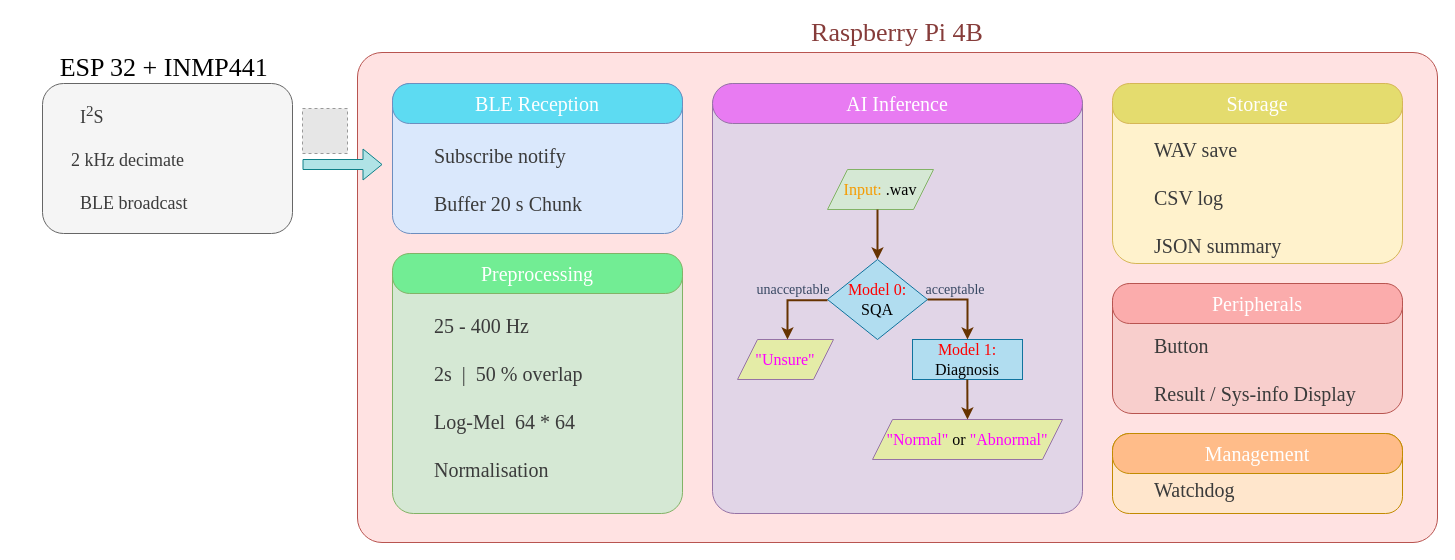
The draw.io diagram photo-from-PC/系统架构图.drawio in RaeXuu/FYP_THESIS, before the edit. Source tidied: cells renumbered, new cells numbered last; positions are measured from the earlier drawing's top-left corner, leaving out a move shared by most shapes. Both pictures are drawn from the tidied source at 100%, with x=0, y=0 at pixel (17, 17). Pictures stored in the file or linked from it are replaced by grey dashed boxes.
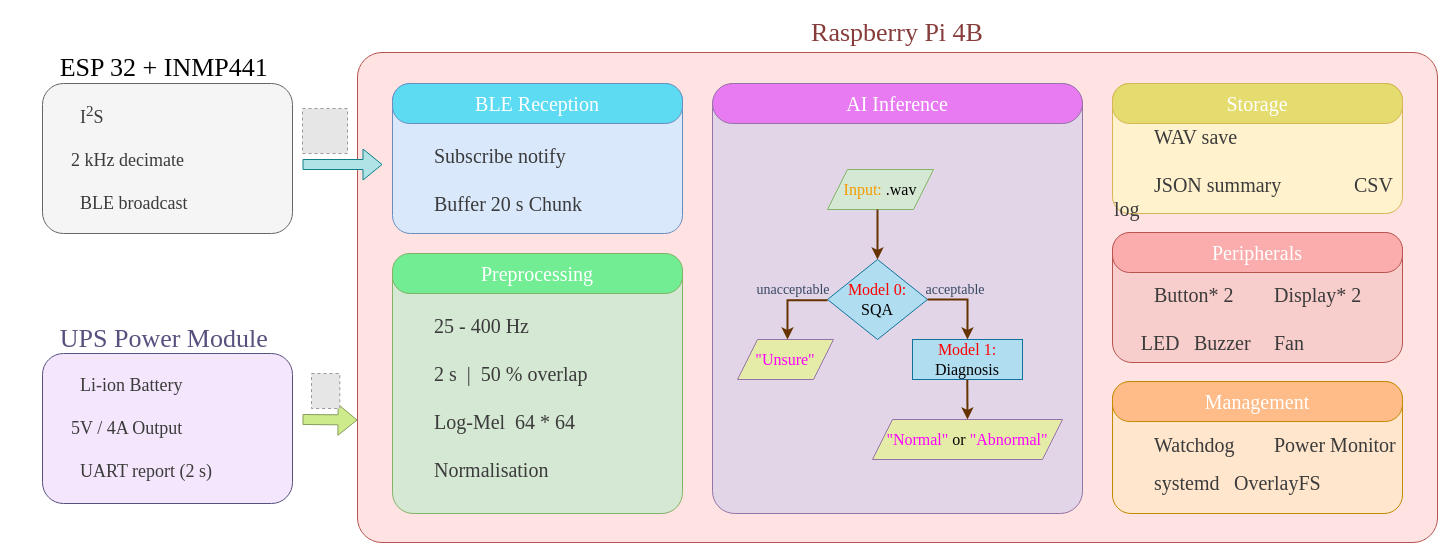
Above is the later version.

The change refers to these unchanged cells:
```xml
<mxCell id="2" style="rounded=1;whiteSpace=wrap;html=1;arcSize=5;fillColor=light-dark(#FFE2E2,#512D2B);strokeColor=#b85450;" parent="1" vertex="1">
  <mxGeometry x="340" y="35" width="1080" height="490" as="geometry" />
</mxCell>
```

What changed in the source:
```diff
@@
-    <mxCell id="14" value="&lt;div&gt;&lt;span style=&quot;background-color: transparent; font-size: 20px; font-family: Garamond;&quot;&gt;&lt;font style=&quot;color: rgb(59, 59, 59);&quot;&gt;&lt;br&gt;&lt;/font&gt;&lt;/span&gt;&lt;/div&gt;&lt;div&gt;&lt;span style=&quot;background-color: transparent; font-size: 20px; font-family: Garamond;&quot;&gt;&lt;font style=&quot;color: rgb(59, 59, 59);&quot;&gt;&lt;br&gt;&lt;/font&gt;&lt;/span&gt;&lt;/div&gt;&lt;div&gt;&lt;span style=&quot;background-color: transparent; font-size: 20px; font-family: Garamond;&quot;&gt;&lt;font style=&quot;color: rgb(59, 59, 59);&quot;&gt;&lt;span style=&quot;white-space: pre;&quot;&gt;&#9;&lt;/span&gt;WAV save&lt;/font&gt;&lt;/span&gt;&lt;/div&gt;&lt;font style=&quot;font-size: 20px; color: rgb(59, 59, 59);&quot; face=&quot;Garamond&quot;&gt;&lt;div&gt;&lt;span style=&quot;background-color: transparent;&quot;&gt;&lt;br&gt;&lt;/span&gt;&lt;/div&gt;&lt;/font&gt;&lt;div&gt;&lt;div&gt;&lt;font style=&quot;font-size: 20px; color: rgb(59, 59, 59);&quot; face=&quot;Garamond&quot;&gt;&lt;span style=&quot;white-space: pre;&quot;&gt;&#9;&lt;/span&gt;CSV log&lt;/font&gt;&lt;/div&gt;&lt;div&gt;&lt;font style=&quot;font-size: 20px; color: rgb(59, 59, 59);&quot; face=&quot;Garamond&quot;&gt;&lt;br&gt;&lt;/font&gt;&lt;/div&gt;&lt;div&gt;&lt;font style=&quot;font-size: 20px; color: rgb(59, 59, 59);&quot; face=&quot;Garamond&quot;&gt;&lt;span style=&quot;white-space: pre;&quot;&gt;&#9;&lt;/span&gt;JSON summary&lt;/font&gt;&lt;/div&gt;&lt;/div&gt;" style="rounded=1;whiteSpace=wrap;html=1;arcSize=13;fillColor=#fff2cc;strokeColor=#d6b656;align=left;" parent="1" vertex="1">
-      <mxGeometry x="1095" y="66" width="290" height="180" as="geometry" />
+    <mxCell id="14" value="&lt;div&gt;&lt;span style=&quot;background-color: transparent; font-size: 20px; font-family: Garamond;&quot;&gt;&lt;font style=&quot;color: rgb(59, 59, 59);&quot;&gt;&lt;br&gt;&lt;/font&gt;&lt;/span&gt;&lt;/div&gt;&lt;div&gt;&lt;span style=&quot;background-color: transparent; font-size: 20px; font-family: Garamond;&quot;&gt;&lt;font style=&quot;color: rgb(59, 59, 59);&quot;&gt;&lt;br&gt;&lt;/font&gt;&lt;/span&gt;&lt;/div&gt;&lt;div&gt;&lt;span style=&quot;background-color: transparent; font-size: 20px; font-family: Garamond;&quot;&gt;&lt;font style=&quot;color: rgb(59, 59, 59);&quot;&gt;&lt;span style=&quot;white-space: pre;&quot;&gt;&#9;&lt;/span&gt;WAV save&lt;/font&gt;&lt;/span&gt;&lt;/div&gt;&lt;div&gt;&lt;div&gt;&lt;font style=&quot;font-size: 20px; color: rgb(59, 59, 59);&quot; face=&quot;Garamond&quot;&gt;&lt;br&gt;&lt;/font&gt;&lt;/div&gt;&lt;div&gt;&lt;font style=&quot;font-size: 20px; color: rgb(59, 59, 59);&quot; face=&quot;Garamond&quot;&gt;&lt;span style=&quot;white-space: pre;&quot;&gt;&#9;&lt;/span&gt;JSON summary&lt;span style=&quot;white-space: pre;&quot;&gt;&#9;&lt;/span&gt;&lt;span style=&quot;white-space: pre;&quot;&gt;&#9;&lt;/span&gt;&lt;/font&gt;&lt;span style=&quot;color: rgb(59, 59, 59); font-family: Garamond; font-size: 20px; background-color: transparent;&quot;&gt;CSV log&lt;/span&gt;&lt;/div&gt;&lt;div&gt;&lt;/div&gt;&lt;/div&gt;" style="rounded=1;whiteSpace=wrap;html=1;arcSize=13;fillColor=#fff2cc;strokeColor=#d6b656;align=left;" parent="1" vertex="1">
+      <mxGeometry x="1095" y="66" width="290" height="130" as="geometry" />
     </mxCell>
@@
-    <mxCell id="16" value="&lt;div&gt;&lt;font style=&quot;color: rgb(59, 59, 59);&quot;&gt;&lt;br&gt;&lt;/font&gt;&lt;/div&gt;&lt;div&gt;&lt;font style=&quot;color: rgb(59, 59, 59);&quot;&gt;&lt;br&gt;&lt;/font&gt;&lt;/div&gt;&lt;div&gt;&lt;font style=&quot;color: rgb(59, 59, 59);&quot;&gt;&lt;br&gt;&lt;/font&gt;&lt;/div&gt;&lt;font style=&quot;font-size: 20px; color: rgb(59, 59, 59);&quot; face=&quot;Garamond&quot;&gt;&lt;span style=&quot;white-space: pre;&quot;&gt;&#9;&lt;/span&gt;Button&lt;/font&gt;&lt;div&gt;&lt;font style=&quot;font-size: 20px; color: rgb(59, 59, 59);&quot; face=&quot;Garamond&quot;&gt;&lt;br&gt;&lt;/font&gt;&lt;/div&gt;&lt;div&gt;&lt;font style=&quot;color: rgb(59, 59, 59);&quot;&gt;&lt;font style=&quot;font-size: 20px;&quot; face=&quot;Garamond&quot;&gt;&lt;span style=&quot;white-space: pre;&quot;&gt;&#9;&lt;/span&gt;Result /&amp;nbsp;&lt;/font&gt;&lt;span style=&quot;font-size: 20px; font-family: Garamond; background-color: transparent;&quot;&gt;Sys-info Display&amp;nbsp;&lt;/span&gt;&lt;/font&gt;&lt;/div&gt;" style="rounded=1;whiteSpace=wrap;html=1;arcSize=15;fillColor=#f8cecc;strokeColor=#b85450;align=left;" parent="1" vertex="1">
-      <mxGeometry x="1095" y="266" width="290" height="130" as="geometry" />
+    <mxCell id="16" value="&lt;div&gt;&lt;font style=&quot;color: rgb(59, 59, 59);&quot;&gt;&lt;br&gt;&lt;/font&gt;&lt;/div&gt;&lt;div&gt;&lt;font style=&quot;color: rgb(59, 59, 59);&quot;&gt;&lt;br&gt;&lt;/font&gt;&lt;/div&gt;&lt;div&gt;&lt;font style=&quot;color: rgb(59, 59, 59);&quot;&gt;&lt;br&gt;&lt;/font&gt;&lt;/div&gt;&lt;font style=&quot;font-size: 20px; color: rgb(59, 59, 59);&quot; face=&quot;Garamond&quot;&gt;&lt;span style=&quot;white-space: pre;&quot;&gt;&#9;&lt;/span&gt;Button* 2&lt;span style=&quot;white-space: pre;&quot;&gt;&#9;&lt;/span&gt;&lt;/font&gt;&lt;span style=&quot;background-color: transparent; color: light-dark(rgb(59, 59, 59), rgb(186, 186, 186)); font-family: Garamond; font-size: 20px;&quot;&gt;Display* 2&amp;nbsp;&amp;nbsp;&lt;/span&gt;&lt;div&gt;&lt;span style=&quot;background-color: transparent; color: light-dark(rgb(59, 59, 59), rgb(186, 186, 186)); font-family: Garamond; font-size: 20px;&quot;&gt;&lt;span style=&quot;white-space: pre;&quot;&gt;&#9;&lt;/span&gt;&lt;/span&gt;&lt;/div&gt;&lt;div&gt;&lt;span style=&quot;white-space: pre;&quot;&gt;&#9;&lt;/span&gt;&lt;font face=&quot;Garamond&quot; style=&quot;font-size: 20px; color: rgb(59, 59, 59);&quot;&gt;LED&lt;span style=&quot;white-space: pre;&quot;&gt;&#9;&lt;/span&gt;Buzzer&lt;span style=&quot;white-space: pre;&quot;&gt;&#9;&lt;/span&gt;Fan&lt;/font&gt;&lt;/div&gt;" style="rounded=1;whiteSpace=wrap;html=1;arcSize=15;fillColor=#f8cecc;strokeColor=#b85450;align=left;" parent="1" vertex="1">
+      <mxGeometry x="1095" y="215" width="290" height="130" as="geometry" />
     </mxCell>
     <mxCell id="17" value="&lt;font color=&quot;#ffffff&quot; face=&quot;Garamond&quot;&gt;&lt;span style=&quot;font-size: 20px;&quot;&gt;Peripherals&lt;/span&gt;&lt;/font&gt;" style="rounded=1;whiteSpace=wrap;html=1;arcSize=43;fillColor=light-dark(#FBACAC,#392F3F);strokeColor=#B85450;" parent="1" vertex="1">
-      <mxGeometry x="1095" y="266" width="290" height="40" as="geometry" />
+      <mxGeometry x="1095" y="215" width="290" height="40" as="geometry" />
     </mxCell>
-    <mxCell id="18" value="&lt;div&gt;&lt;span style=&quot;background-color: transparent; font-family: Garamond;&quot;&gt;&lt;font style=&quot;font-size: 15px; color: rgb(59, 59, 59);&quot;&gt;&lt;br&gt;&lt;/font&gt;&lt;/span&gt;&lt;/div&gt;&lt;div&gt;&lt;font style=&quot;color: rgb(59, 59, 59);&quot;&gt;&lt;br&gt;&lt;/font&gt;&lt;/div&gt;&lt;div&gt;&lt;span style=&quot;background-color: transparent; font-family: Garamond; font-size: 20px;&quot;&gt;&lt;font style=&quot;color: rgb(59, 59, 59);&quot;&gt;&lt;span style=&quot;white-space: pre;&quot;&gt;&#9;&lt;/span&gt;Watchdog&lt;/font&gt;&lt;/span&gt;&lt;/div&gt;" style="rounded=1;whiteSpace=wrap;html=1;arcSize=21;fillColor=#ffe6cc;strokeColor=#C28B00;align=left;" parent="1" vertex="1">
-      <mxGeometry x="1095" y="416" width="290" height="80" as="geometry" />
+    <mxCell id="18" value="&lt;div&gt;&lt;span style=&quot;background-color: transparent; font-family: Garamond;&quot;&gt;&lt;font style=&quot;font-size: 15px; color: rgb(59, 59, 59);&quot;&gt;&lt;br&gt;&lt;/font&gt;&lt;/span&gt;&lt;/div&gt;&lt;div&gt;&lt;font style=&quot;color: rgb(59, 59, 59);&quot;&gt;&lt;br&gt;&lt;/font&gt;&lt;/div&gt;&lt;div&gt;&lt;span style=&quot;background-color: transparent; font-family: Garamond; font-size: 20px;&quot;&gt;&lt;font style=&quot;color: rgb(59, 59, 59);&quot;&gt;&lt;span style=&quot;white-space: pre;&quot;&gt;&#9;&lt;/span&gt;Watchdog&lt;span style=&quot;white-space: pre;&quot;&gt;&#9;&lt;/span&gt;Power Monitor&lt;/font&gt;&lt;/span&gt;&lt;/div&gt;&lt;div&gt;&lt;br&gt;&lt;/div&gt;&lt;div&gt;&lt;span style=&quot;background-color: transparent; font-family: Garamond; font-size: 20px;&quot;&gt;&lt;font&gt;&lt;span style=&quot;color: light-dark(rgb(59, 59, 59), rgb(186, 186, 186)); white-space: pre;&quot;&gt;&#9;&lt;/span&gt;&lt;font style=&quot;color: rgb(59, 59, 59);&quot;&gt;systemd&lt;span style=&quot;white-space: pre;&quot;&gt;&#9;&lt;/span&gt;OverlayFS&lt;/font&gt;&lt;br&gt;&lt;/font&gt;&lt;/span&gt;&lt;/div&gt;" style="rounded=1;whiteSpace=wrap;html=1;arcSize=14;fillColor=#ffe6cc;strokeColor=#C28B00;align=left;" parent="1" vertex="1">
+      <mxGeometry x="1095" y="364" width="290" height="132" as="geometry" />
     </mxCell>
     <mxCell id="19" value="&lt;font color=&quot;#ffffff&quot; face=&quot;Garamond&quot;&gt;&lt;span style=&quot;font-size: 20px;&quot;&gt;Management&lt;/span&gt;&lt;/font&gt;" style="rounded=1;whiteSpace=wrap;html=1;arcSize=43;fillColor=#FFBC89;strokeColor=#C28B00;" parent="1" vertex="1">
-      <mxGeometry x="1095" y="416" width="290" height="40" as="geometry" />
+      <mxGeometry x="1095" y="364" width="290" height="40" as="geometry" />
     </mxCell>
-    <mxCell id="20" value="&lt;div&gt;&lt;font style=&quot;color: rgb(59, 59, 59);&quot;&gt;&lt;br&gt;&lt;/font&gt;&lt;/div&gt;&lt;div&gt;&lt;font style=&quot;color: rgb(59, 59, 59);&quot;&gt;&lt;br&gt;&lt;/font&gt;&lt;/div&gt;&lt;div&gt;&lt;span style=&quot;background-color: transparent; font-family: Garamond;&quot;&gt;&lt;font style=&quot;font-size: 20px; color: rgb(59, 59, 59);&quot;&gt;&lt;span style=&quot;white-space: pre;&quot;&gt;&#9;&lt;/span&gt;25 - 400 Hz&lt;/font&gt;&lt;/span&gt;&lt;/div&gt;&lt;div&gt;&lt;/div&gt;&lt;div&gt;&lt;font style=&quot;font-size: 20px; color: rgb(59, 59, 59);&quot;&gt;&lt;br&gt;&lt;/font&gt;&lt;/div&gt;&lt;div&gt;&lt;font style=&quot;font-size: 20px; color: rgb(59, 59, 59);&quot;&gt;&lt;font style=&quot;&quot; face=&quot;Garamond&quot;&gt;&lt;span style=&quot;white-space: pre;&quot;&gt;&#9;&lt;/span&gt;2s&amp;nbsp; |&amp;nbsp;&amp;nbsp;&lt;/font&gt;&lt;span style=&quot;font-family: Garamond; background-color: transparent;&quot;&gt;50 % overlap&lt;/span&gt;&lt;/font&gt;&lt;/div&gt;&lt;div&gt;&lt;span style=&quot;font-family: Garamond; background-color: transparent;&quot;&gt;&lt;font style=&quot;font-size: 20px; color: rgb(59, 59, 59);&quot;&gt;&lt;br&gt;&lt;/font&gt;&lt;/span&gt;&lt;/div&gt;&lt;div&gt;&lt;font style=&quot;font-size: 20px; color: rgb(59, 59, 59);&quot; face=&quot;Garamond&quot;&gt;&lt;span style=&quot;white-space: pre;&quot;&gt;&#9;&lt;/span&gt;Log-Mel&amp;nbsp; 64 * 64&lt;/font&gt;&lt;/div&gt;&lt;div&gt;&lt;font style=&quot;font-size: 20px; color: rgb(59, 59, 59);&quot; face=&quot;Garamond&quot;&gt;&lt;br&gt;&lt;/font&gt;&lt;/div&gt;&lt;div&gt;&lt;font style=&quot;font-size: 20px; color: rgb(59, 59, 59);&quot; face=&quot;Garamond&quot;&gt;&lt;span style=&quot;white-space: pre;&quot;&gt;&#9;&lt;/span&gt;Normalisation&lt;/font&gt;&lt;/div&gt;" style="rounded=1;whiteSpace=wrap;html=1;arcSize=8;fillColor=#d5e8d4;strokeColor=#82b366;align=left;" parent="1" vertex="1">
+    <mxCell id="20" value="&lt;div&gt;&lt;font style=&quot;color: rgb(59, 59, 59);&quot;&gt;&lt;br&gt;&lt;/font&gt;&lt;/div&gt;&lt;div&gt;&lt;font style=&quot;color: rgb(59, 59, 59);&quot;&gt;&lt;br&gt;&lt;/font&gt;&lt;/div&gt;&lt;div&gt;&lt;span style=&quot;background-color: transparent; font-family: Garamond;&quot;&gt;&lt;font style=&quot;font-size: 20px; color: rgb(59, 59, 59);&quot;&gt;&lt;span style=&quot;white-space: pre;&quot;&gt;&#9;&lt;/span&gt;25 - 400 Hz&lt;/font&gt;&lt;/span&gt;&lt;/div&gt;&lt;div&gt;&lt;/div&gt;&lt;div&gt;&lt;font style=&quot;font-size: 20px; color: rgb(59, 59, 59);&quot;&gt;&lt;br&gt;&lt;/font&gt;&lt;/div&gt;&lt;div&gt;&lt;font style=&quot;font-size: 20px; color: rgb(59, 59, 59);&quot;&gt;&lt;font style=&quot;&quot; face=&quot;Garamond&quot;&gt;&lt;span style=&quot;white-space: pre;&quot;&gt;&#9;&lt;/span&gt;2 s&amp;nbsp; |&amp;nbsp;&amp;nbsp;&lt;/font&gt;&lt;span style=&quot;font-family: Garamond; background-color: transparent;&quot;&gt;50 % overlap&lt;/span&gt;&lt;/font&gt;&lt;/div&gt;&lt;div&gt;&lt;span style=&quot;font-family: Garamond; background-color: transparent;&quot;&gt;&lt;font style=&quot;font-size: 20px; color: rgb(59, 59, 59);&quot;&gt;&lt;br&gt;&lt;/font&gt;&lt;/span&gt;&lt;/div&gt;&lt;div&gt;&lt;font style=&quot;font-size: 20px; color: rgb(59, 59, 59);&quot; face=&quot;Garamond&quot;&gt;&lt;span style=&quot;white-space: pre;&quot;&gt;&#9;&lt;/span&gt;Log-Mel&amp;nbsp; 64 * 64&lt;/font&gt;&lt;/div&gt;&lt;div&gt;&lt;font style=&quot;font-size: 20px; color: rgb(59, 59, 59);&quot; face=&quot;Garamond&quot;&gt;&lt;br&gt;&lt;/font&gt;&lt;/div&gt;&lt;div&gt;&lt;font style=&quot;font-size: 20px; color: rgb(59, 59, 59);&quot; face=&quot;Garamond&quot;&gt;&lt;span style=&quot;white-space: pre;&quot;&gt;&#9;&lt;/span&gt;Normalisation&lt;/font&gt;&lt;/div&gt;" style="rounded=1;whiteSpace=wrap;html=1;arcSize=8;fillColor=#d5e8d4;strokeColor=#82b366;align=left;" parent="1" vertex="1">
       <mxGeometry x="375" y="236" width="290" height="260" as="geometry" />
     </mxCell>
@@
+    <mxCell id="32" style="edgeStyle=orthogonalEdgeStyle;rounded=0;orthogonalLoop=1;jettySize=auto;html=1;exitX=0.5;exitY=1;exitDx=0;exitDy=0;" parent="1" edge="1" source="14" target="14">
+      <mxGeometry relative="1" as="geometry" />
+    </mxCell>
+    <mxCell id="33" style="shape=flexArrow;endArrow=classic;html=1;rounded=0;fillColor=#cdeb8b;strokeColor=#879C5B;entryX=0;entryY=0.75;entryDx=0;entryDy=0;" parent="1" edge="1" target="2">
+      <mxGeometry relative="1" as="geometry">
+        <mxPoint x="285" y="402" as="sourcePoint" />
+      </mxGeometry>
+    </mxCell>
+    <mxCell id="34" value="&lt;font style=&quot;color: rgb(59, 59, 59); font-size: 18px;&quot;&gt;&lt;span style=&quot;background-color: transparent; font-family: Garamond;&quot;&gt;&lt;span style=&quot;white-space: pre;&quot;&gt;&#9;&lt;/span&gt;Li-ion Battery&lt;/span&gt;&lt;/font&gt;&lt;div&gt;&lt;font face=&quot;Garamond&quot; style=&quot;color: rgb(59, 59, 59); font-size: 18px;&quot;&gt;&lt;br&gt;&lt;/font&gt;&lt;div&gt;&lt;span style=&quot;background-color: transparent; font-family: Garamond;&quot;&gt;&lt;font style=&quot;color: rgb(59, 59, 59); font-size: 18px;&quot;&gt;&amp;nbsp; &amp;nbsp; &amp;nbsp; 5V / 4A Output&lt;/font&gt;&lt;/span&gt;&lt;/div&gt;&lt;div&gt;&lt;/div&gt;&lt;div&gt;&lt;/div&gt;&lt;div&gt;&lt;font style=&quot;color: rgb(59, 59, 59); font-size: 18px;&quot; face=&quot;Garamond&quot;&gt;&lt;br&gt;&lt;/font&gt;&lt;/div&gt;&lt;div&gt;&lt;font style=&quot;color: rgb(59, 59, 59); font-size: 18px;&quot; face=&quot;Garamond&quot;&gt;&lt;span style=&quot;white-space: pre;&quot;&gt;&#9;&lt;/span&gt;UART report (2 s)&lt;/font&gt;&lt;/div&gt;&lt;/div&gt;" style="rounded=1;whiteSpace=wrap;html=1;arcSize=14;fillColor=#F4E6FC;strokeColor=#56517e;align=left;" parent="1" vertex="1">
+      <mxGeometry x="25" y="336" width="250" height="150" as="geometry" />
+    </mxCell>
+    <mxCell id="35" value="&lt;span style=&quot;font-family: Garamond; font-size: 26px;&quot;&gt;&lt;font style=&quot;color: rgb(86, 81, 126);&quot;&gt;UPS Power Module&amp;nbsp;&lt;/font&gt;&lt;/span&gt;" style="text;html=1;whiteSpace=wrap;strokeColor=none;fillColor=none;align=center;verticalAlign=middle;rounded=0;" parent="1" vertex="1">
+      <mxGeometry y="306" width="300" height="30" as="geometry" />
+    </mxCell>
+    <mxCell id="36" style="fillColor=#E6E6E6;strokeColor=#999999;dashed=1;verticalLabelPosition=bottom;verticalAlign=top;" parent="1" vertex="1">
+      <mxGeometry x="294" y="356" width="28.3" height="35" as="geometry" />
+    </mxCell>
```
